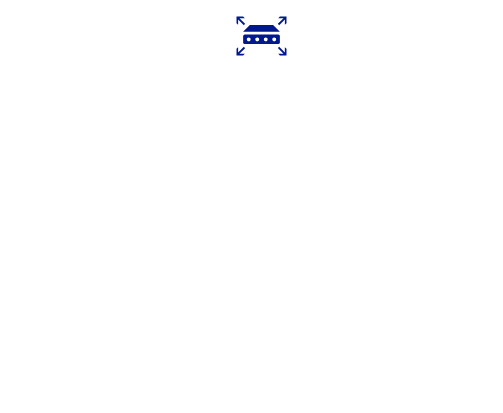
Before: Untitled Diagram.drawio in garfield-gray/miscellaneous, a draw.io diagram. Source tidied: cells renumbered, new cells numbered last; positions are measured from the earlier drawing's top-left corner, leaving out a move shared by most shapes. Both pictures are drawn from the tidied source at 100%, with x=0, y=0 at pixel (236, 16).
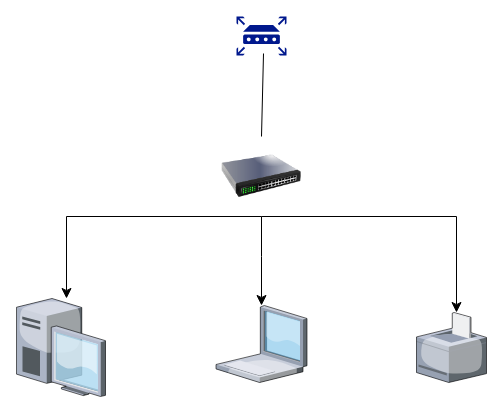
The same diagram, later.

Diff of the diagram source:
```diff
@@
 <mxGraphModel>
   <root>
     <mxCell id="0" />
     <mxCell id="1" parent="0" />
     <mxCell id="2" style="sketch=0;shadow=0;dashed=0;html=1;strokeColor=none;labelPosition=center;verticalLabelPosition=bottom;verticalAlign=top;align=center;fillColor=#00188D;shape=mxgraph.mscae.enterprise.router;" parent="1" vertex="1">
       <mxGeometry width="50" height="39" as="geometry" />
     </mxCell>
+    <mxCell id="3" style="image;html=1;image=img/lib/clip_art/networking/Switch_128x128.png;" parent="1" vertex="1">
+      <mxGeometry x="-15" y="120" width="80" height="80" as="geometry" />
+    </mxCell>
+    <mxCell id="4" style="endArrow=none;html=1;rounded=0;exitX=0.5;exitY=0;exitDx=0;exitDy=0;entryX=0.54;entryY=0.949;entryDx=0;entryDy=0;entryPerimeter=0;" parent="1" edge="1" source="3" target="2">
+      <mxGeometry relative="1" as="geometry" />
+    </mxCell>
+    <mxCell id="5" style="verticalLabelPosition=bottom;sketch=0;html=1;verticalAlign=top;strokeColor=none;align=center;outlineConnect=0;shape=mxgraph.citrix.desktop;" parent="1" vertex="1">
+      <mxGeometry x="-220" y="282" width="89" height="98" as="geometry" />
+    </mxCell>
+    <mxCell id="6" style="verticalLabelPosition=bottom;sketch=0;html=1;verticalAlign=top;strokeColor=none;align=center;outlineConnect=0;shape=mxgraph.citrix.laptop_1;" parent="1" vertex="1">
+      <mxGeometry x="-20.5" y="289" width="91" height="77" as="geometry" />
+    </mxCell>
+    <mxCell id="7" style="verticalLabelPosition=bottom;sketch=0;html=1;verticalAlign=top;strokeColor=none;align=center;outlineConnect=0;shape=mxgraph.citrix.printer;" parent="1" vertex="1">
+      <mxGeometry x="180" y="296" width="70" height="70" as="geometry" />
+    </mxCell>
+    <mxCell id="8" style="edgeStyle=elbowEdgeStyle;elbow=horizontal;endArrow=classic;html=1;curved=0;rounded=0;endSize=8;startSize=8;exitX=0.5;exitY=1;exitDx=0;exitDy=0;" parent="1" edge="1" source="3" target="7">
+      <mxGeometry relative="1" as="geometry">
+        <Array as="points">
+          <mxPoint x="220" y="200" />
+        </Array>
+      </mxGeometry>
+    </mxCell>
+    <mxCell id="9" style="edgeStyle=elbowEdgeStyle;elbow=horizontal;endArrow=classic;html=1;curved=0;rounded=0;endSize=8;startSize=8;exitX=0.5;exitY=1;exitDx=0;exitDy=0;" parent="1" edge="1" source="3" target="6">
+      <mxGeometry relative="1" as="geometry">
+        <Array as="points">
+          <mxPoint x="25" y="240" />
+        </Array>
+      </mxGeometry>
+    </mxCell>
+    <mxCell id="10" style="edgeStyle=elbowEdgeStyle;elbow=horizontal;endArrow=classic;html=1;curved=0;rounded=0;endSize=8;startSize=8;exitX=0.5;exitY=1;exitDx=0;exitDy=0;" parent="1" edge="1" source="3" target="5">
+      <mxGeometry relative="1" as="geometry">
+        <Array as="points">
+          <mxPoint x="-170" y="230" />
+        </Array>
+      </mxGeometry>
+    </mxCell>
   </root>
 </mxGraphModel>
```
